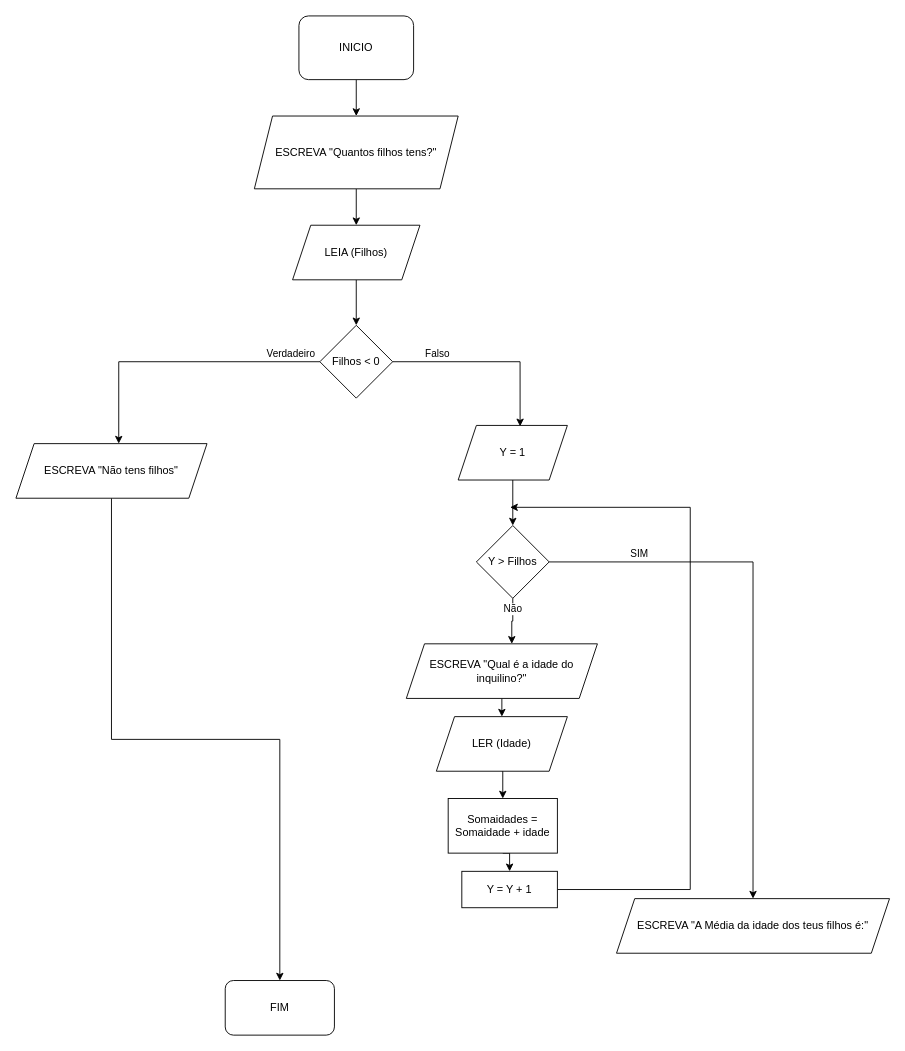
Before: FILHOS.drawio in rpviana/fluxograma, a draw.io diagram. Source tidied: cells renumbered, new cells numbered last; positions are measured from the earlier drawing's top-left corner, leaving out a move shared by most shapes. Both pictures are drawn from the tidied source at 91%, with x=0, y=0 at pixel (15, 15).
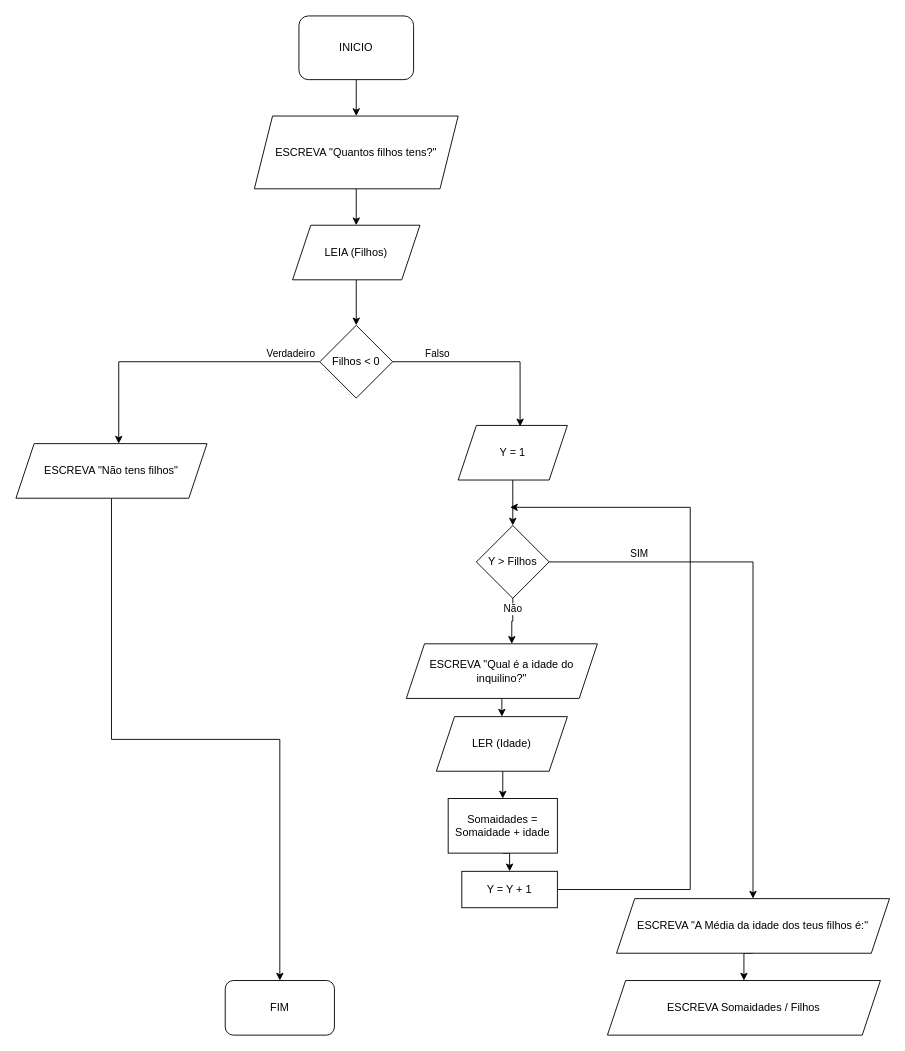
The same diagram, later.

The change refers to these unchanged cells:
```xml
<mxCell id="31" value="ESCREVA &quot;A Média da idade dos teus filhos é:&quot;" style="shape=parallelogram;perimeter=parallelogramPerimeter;whiteSpace=wrap;html=1;fixedSize=1;" parent="1" vertex="1">
  <mxGeometry x="660" y="970" width="300" height="60" as="geometry" />
</mxCell>
```

The edit, as a diff of the source:
```diff
@@
+    <mxCell id="32" style="edgeStyle=orthogonalEdgeStyle;rounded=0;jettySize=auto;html=1;exitX=0.5;exitY=1;exitDx=0;exitDy=0;entryX=0.5;entryY=0;entryDx=0;entryDy=0;" parent="1" edge="1" source="31" target="33">
+      <mxGeometry relative="1" as="geometry" />
+    </mxCell>
@@
+    <mxCell id="33" value="ESCREVA Somaidades / Filhos" style="shape=parallelogram;perimeter=parallelogramPerimeter;whiteSpace=wrap;html=1;fixedSize=1;" parent="1" vertex="1">
+      <mxGeometry x="650" y="1060" width="300" height="60" as="geometry" />
+    </mxCell>
```
